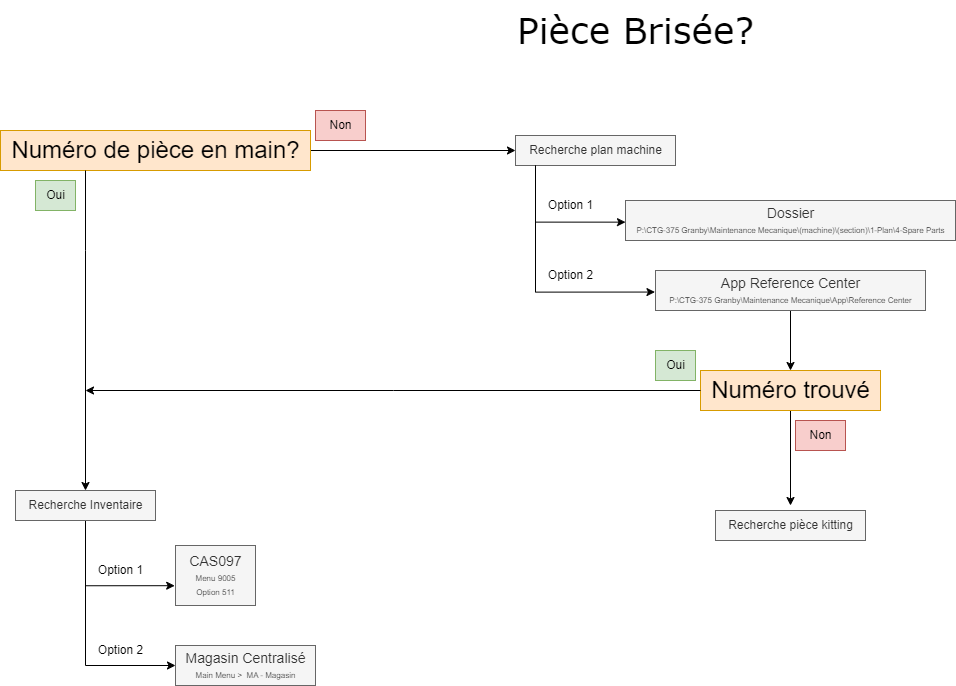
FredGadou/DrawIO keeps this draw.io diagram as PieceBrisé.drawio.png. Above is the earlier version. Source tidied: cells renumbered, new cells last; positions are measured from the earlier drawing's top-left corner, leaving out a move shared by most shapes.
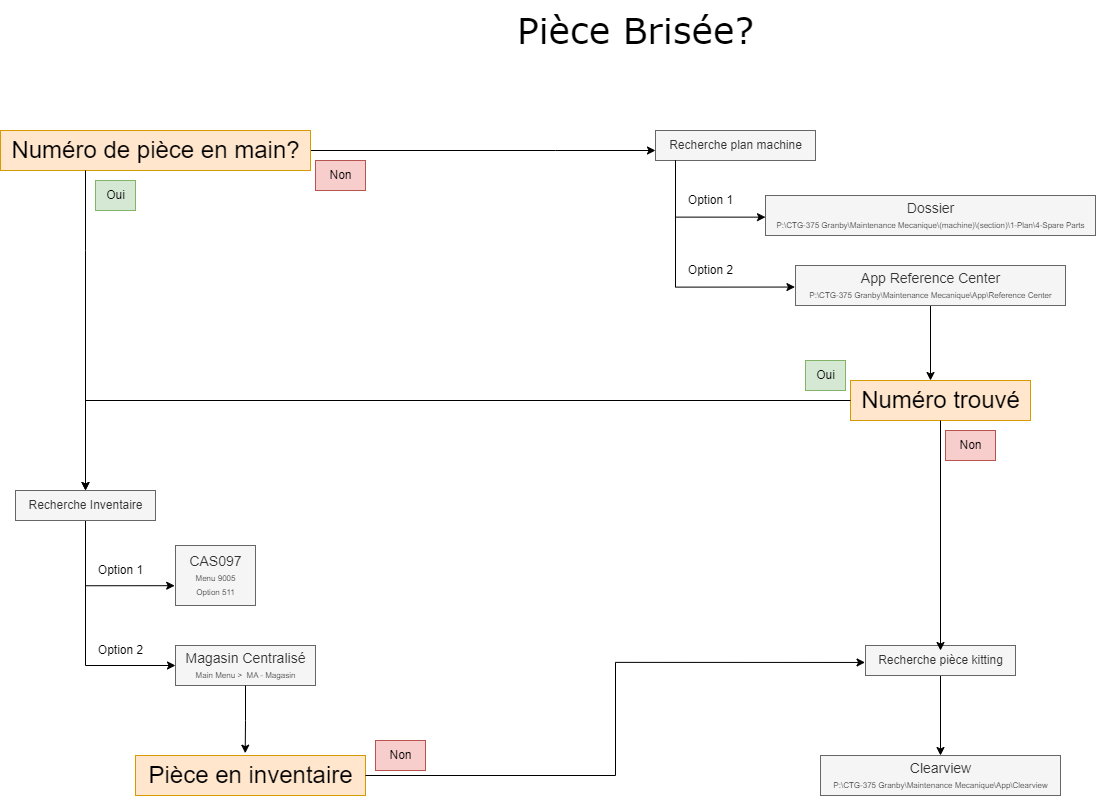
Later version of the same file.

Change to the diagram source:
```diff
@@ -6,49 +6,55 @@
       <mxGeometry x="505" width="260" height="60" as="geometry" />
     </mxCell>
     <mxCell id="3" style="edgeStyle=orthogonalEdgeStyle;rounded=0;jettySize=auto;html=1;" parent="1" edge="1" source="4" target="5">
-      <mxGeometry relative="1" as="geometry" />
+      <mxGeometry relative="1" as="geometry">
+        <Array as="points">
+          <mxPoint x="555" y="150" />
+          <mxPoint x="555" y="150" />
+        </Array>
+      </mxGeometry>
     </mxCell>
     <mxCell id="4" value="&lt;font style=&quot;font-size: 24px;&quot;&gt;Numéro de pièce en main?&lt;/font&gt;" style="text;html=1;align=center;verticalAlign=middle;points=[];strokeColor=#d79b00;fillColor=#ffe6cc;" parent="1" vertex="1">
       <mxGeometry y="130" width="310" height="40" as="geometry" />
     </mxCell>
     <mxCell id="5" value="Recherche plan machine" style="text;html=1;align=center;verticalAlign=middle;points=[];strokeColor=#666666;fillColor=#f5f5f5;fontColor=#333333;" parent="1" vertex="1">
-      <mxGeometry x="515" y="135" width="160" height="30" as="geometry" />
+      <mxGeometry x="655" y="130" width="160" height="30" as="geometry" />
     </mxCell>
     <mxCell id="6" value="Non" style="text;html=1;align=center;verticalAlign=middle;strokeColor=#b85450;fillColor=#f8cecc;" parent="1" vertex="1">
-      <mxGeometry x="315" y="110" width="50" height="30" as="geometry" />
+      <mxGeometry x="315" y="160" width="50" height="30" as="geometry" />
     </mxCell>
     <mxCell id="7" value="&lt;font style=&quot;font-size: 14px;&quot;&gt;Dossier&lt;/font&gt;&lt;div&gt;&lt;font style=&quot;font-size: 8px;&quot;&gt;P:\CTG-375 Granby\Maintenance Mecanique\(machine)\(section)\1-Plan\4-Spare Parts&lt;/font&gt;&lt;/div&gt;" style="text;html=1;align=center;verticalAlign=middle;points=[];fillColor=#f5f5f5;fontColor=#333333;strokeColor=#666666;" parent="1" vertex="1">
-      <mxGeometry x="625" y="200" width="330" height="40" as="geometry" />
+      <mxGeometry x="765" y="195" width="330" height="40" as="geometry" />
     </mxCell>
     <mxCell id="8" style="edgeStyle=orthogonalEdgeStyle;rounded=0;jettySize=auto;html=1;entryX=0;entryY=0.541;entryDx=0;entryDy=0;entryPerimeter=0;" parent="1" edge="1" source="5" target="7">
       <mxGeometry relative="1" as="geometry">
         <Array as="points">
-          <mxPoint x="535" y="222" />
+          <mxPoint x="675" y="217" />
         </Array>
       </mxGeometry>
     </mxCell>
     <mxCell id="9" style="edgeStyle=orthogonalEdgeStyle;rounded=0;jettySize=auto;html=1;" parent="1" edge="1" source="10" target="24">
       <mxGeometry relative="1" as="geometry">
         <Array as="points">
-          <mxPoint x="790" y="390" />
+          <mxPoint x="930" y="420" />
+          <mxPoint x="930" y="420" />
         </Array>
       </mxGeometry>
     </mxCell>
     <mxCell id="10" value="&lt;span style=&quot;font-size: 14px;&quot;&gt;App Reference Center&lt;/span&gt;&lt;br&gt;&lt;div&gt;&lt;font style=&quot;font-size: 8px;&quot;&gt;P:\CTG-375 Granby\Maintenance Mecanique\App\Reference Center&lt;/font&gt;&lt;/div&gt;" style="text;html=1;align=center;verticalAlign=middle;points=[];fillColor=#f5f5f5;fontColor=#333333;strokeColor=#666666;" parent="1" vertex="1">
-      <mxGeometry x="655" y="270" width="270" height="40" as="geometry" />
+      <mxGeometry x="795" y="265" width="270" height="40" as="geometry" />
     </mxCell>
     <mxCell id="11" style="edgeStyle=orthogonalEdgeStyle;rounded=0;jettySize=auto;html=1;entryX=-0.002;entryY=0.539;entryDx=0;entryDy=0;entryPerimeter=0;" parent="1" edge="1" source="5" target="10">
       <mxGeometry relative="1" as="geometry">
         <Array as="points">
-          <mxPoint x="535" y="292" />
+          <mxPoint x="675" y="287" />
         </Array>
       </mxGeometry>
     </mxCell>
     <mxCell id="12" value="Option 1" style="text;html=1;align=center;verticalAlign=middle;strokeColor=none;fillColor=none;" parent="1" vertex="1">
-      <mxGeometry x="535" y="190" width="70" height="30" as="geometry" />
+      <mxGeometry x="675" y="185" width="70" height="30" as="geometry" />
     </mxCell>
     <mxCell id="13" value="Option 2" style="text;html=1;align=center;verticalAlign=middle;strokeColor=none;fillColor=none;" parent="1" vertex="1">
-      <mxGeometry x="535" y="260" width="70" height="30" as="geometry" />
+      <mxGeometry x="675" y="255" width="70" height="30" as="geometry" />
     </mxCell>
     <mxCell id="14" style="edgeStyle=orthogonalEdgeStyle;rounded=0;jettySize=auto;html=1;entryX=-0.01;entryY=0.67;entryDx=0;entryDy=0;entryPerimeter=0;" parent="1" edge="1" source="16" target="19">
       <mxGeometry relative="1" as="geometry">
@@ -76,7 +82,7 @@
       </mxGeometry>
     </mxCell>
     <mxCell id="18" value="Oui" style="text;html=1;align=center;verticalAlign=middle;strokeColor=#82b366;fillColor=#d5e8d4;" parent="1" vertex="1">
-      <mxGeometry x="35" y="180" width="40" height="30" as="geometry" />
+      <mxGeometry x="95" y="180" width="40" height="30" as="geometry" />
     </mxCell>
     <mxCell id="19" value="&lt;span style=&quot;font-size: 14px;&quot;&gt;CAS097&lt;/span&gt;&lt;div style=&quot;&quot;&gt;&lt;font style=&quot;font-size: 8px;&quot;&gt;Menu 9005&lt;/font&gt;&lt;/div&gt;&lt;div style=&quot;&quot;&gt;&lt;font style=&quot;font-size: 8px;&quot;&gt;Option 511&lt;/font&gt;&lt;/div&gt;" style="text;html=1;align=center;verticalAlign=middle;points=[];fillColor=#f5f5f5;fontColor=#333333;strokeColor=#666666;" parent="1" vertex="1">
       <mxGeometry x="175" y="545" width="80" height="60" as="geometry" />
@@ -90,27 +96,45 @@
     <mxCell id="22" value="Option 2" style="text;html=1;align=center;verticalAlign=middle;strokeColor=none;fillColor=none;" parent="1" vertex="1">
       <mxGeometry x="85" y="635" width="70" height="30" as="geometry" />
     </mxCell>
-    <mxCell id="23" style="edgeStyle=orthogonalEdgeStyle;rounded=0;jettySize=auto;html=1;" parent="1" edge="1" source="24">
-      <mxGeometry relative="1" as="geometry">
-        <mxPoint x="790" y="505" as="targetPoint" />
-      </mxGeometry>
-    </mxCell>
     <mxCell id="24" value="&lt;font style=&quot;font-size: 24px;&quot;&gt;Numéro trouvé&lt;/font&gt;" style="text;html=1;align=center;verticalAlign=middle;points=[];strokeColor=#d79b00;fillColor=#ffe6cc;" parent="1" vertex="1">
-      <mxGeometry x="700" y="370" width="180" height="40" as="geometry" />
+      <mxGeometry x="850" y="380" width="180" height="40" as="geometry" />
     </mxCell>
-    <mxCell id="25" style="edgeStyle=orthogonalEdgeStyle;rounded=0;jettySize=auto;html=1;" parent="1" edge="1" source="24">
+    <mxCell id="25" style="edgeStyle=orthogonalEdgeStyle;rounded=0;jettySize=auto;html=1;" parent="1" edge="1" source="24" target="16">
       <mxGeometry relative="1" as="geometry">
-        <mxPoint x="85" y="390" as="targetPoint" />
+        <Array as="points">
+          <mxPoint x="85" y="400" />
+        </Array>
       </mxGeometry>
     </mxCell>
     <mxCell id="26" value="Oui" style="text;html=1;align=center;verticalAlign=middle;strokeColor=#82b366;fillColor=#d5e8d4;" parent="1" vertex="1">
-      <mxGeometry x="655" y="350" width="40" height="30" as="geometry" />
+      <mxGeometry x="805" y="360" width="40" height="30" as="geometry" />
     </mxCell>
     <mxCell id="27" value="Non" style="text;html=1;align=center;verticalAlign=middle;strokeColor=#b85450;fillColor=#f8cecc;" parent="1" vertex="1">
-      <mxGeometry x="795" y="420" width="50" height="30" as="geometry" />
+      <mxGeometry x="945" y="430" width="50" height="30" as="geometry" />
     </mxCell>
+    <mxCell id="29" style="edgeStyle=orthogonalEdgeStyle;rounded=0;jettySize=auto;html=1;" parent="1" edge="1" source="28" target="30">
+      <mxGeometry relative="1" as="geometry" />
+    </mxCell>
     <mxCell id="28" value="Recherche pièce kitting" style="text;html=1;align=center;verticalAlign=middle;points=[];strokeColor=#666666;fillColor=#f5f5f5;fontColor=#333333;" parent="1" vertex="1">
-      <mxGeometry x="715" y="510" width="150" height="30" as="geometry" />
+      <mxGeometry x="865" y="645" width="150" height="30" as="geometry" />
     </mxCell>
+    <mxCell id="30" value="&lt;span style=&quot;font-size: 14px;&quot;&gt;Clearview&lt;/span&gt;&lt;br&gt;&lt;div&gt;&lt;font style=&quot;font-size: 8px;&quot;&gt;P:\CTG-375 Granby\Maintenance Mecanique\App\Clearview&lt;/font&gt;&lt;/div&gt;" style="text;html=1;align=center;verticalAlign=middle;points=[];fillColor=#f5f5f5;fontColor=#333333;strokeColor=#666666;" parent="1" vertex="1">
+      <mxGeometry x="820" y="755" width="240" height="40" as="geometry" />
+    </mxCell>
+    <mxCell id="31" value="&lt;font style=&quot;font-size: 24px;&quot;&gt;Pièce en inventaire&lt;/font&gt;" style="text;html=1;align=center;verticalAlign=middle;points=[];strokeColor=#d79b00;fillColor=#ffe6cc;" parent="1" vertex="1">
+      <mxGeometry x="135" y="755" width="230" height="40" as="geometry" />
+    </mxCell>
+    <mxCell id="32" style="edgeStyle=orthogonalEdgeStyle;rounded=0;jettySize=auto;html=1;entryX=0.477;entryY=-0.058;entryDx=0;entryDy=0;entryPerimeter=0;" parent="1" edge="1" source="20" target="31">
+      <mxGeometry relative="1" as="geometry" />
+    </mxCell>
+    <mxCell id="33" style="edgeStyle=orthogonalEdgeStyle;rounded=0;jettySize=auto;html=1;entryX=-0.003;entryY=0.565;entryDx=0;entryDy=0;entryPerimeter=0;" parent="1" edge="1" source="31" target="28">
+      <mxGeometry relative="1" as="geometry" />
+    </mxCell>
+    <mxCell id="34" value="Non" style="text;html=1;align=center;verticalAlign=middle;strokeColor=#b85450;fillColor=#f8cecc;" parent="1" vertex="1">
+      <mxGeometry x="375" y="740" width="50" height="30" as="geometry" />
+    </mxCell>
+    <mxCell id="35" style="edgeStyle=orthogonalEdgeStyle;rounded=0;jettySize=auto;html=1;entryX=0.5;entryY=0.167;entryDx=0;entryDy=0;entryPerimeter=0;" parent="1" edge="1" source="24" target="28">
+      <mxGeometry relative="1" as="geometry" />
+    </mxCell>
   </root>
 </mxGraphModel>
```
